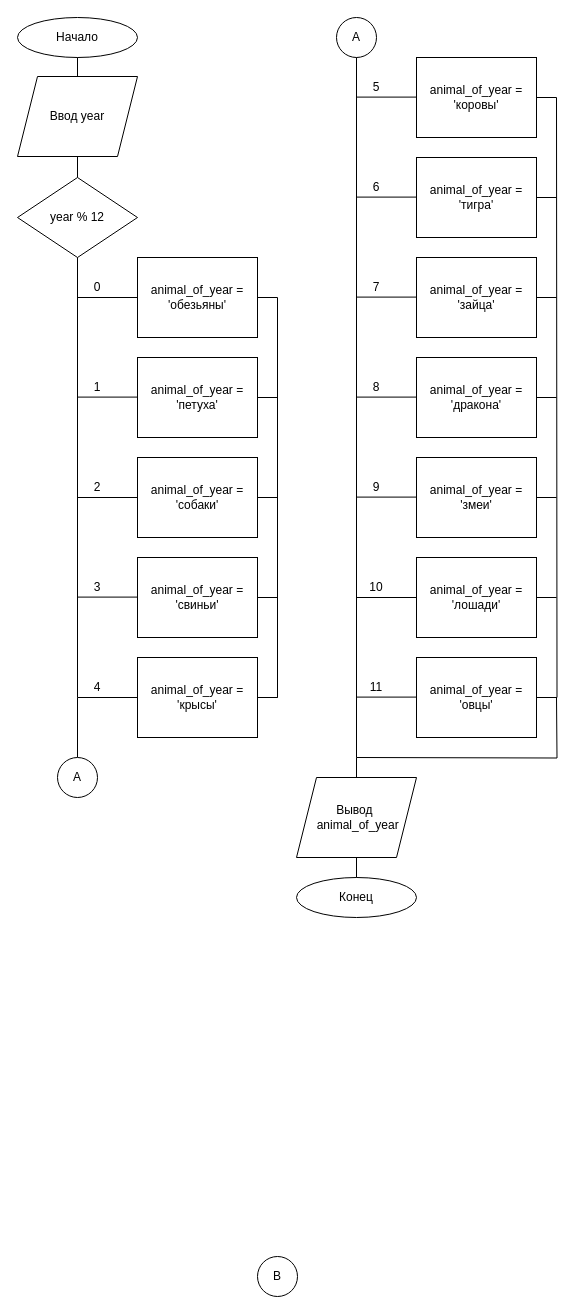
Before: block_for_second.drawio in Arisu-py/Python_conditions, a draw.io diagram. Source tidied: cells renumbered, new cells numbered last; positions are measured from the earlier drawing's top-left corner, leaving out a move shared by most shapes. Both pictures are drawn from the tidied source at 100%, with x=0, y=0 at pixel (17, 17).
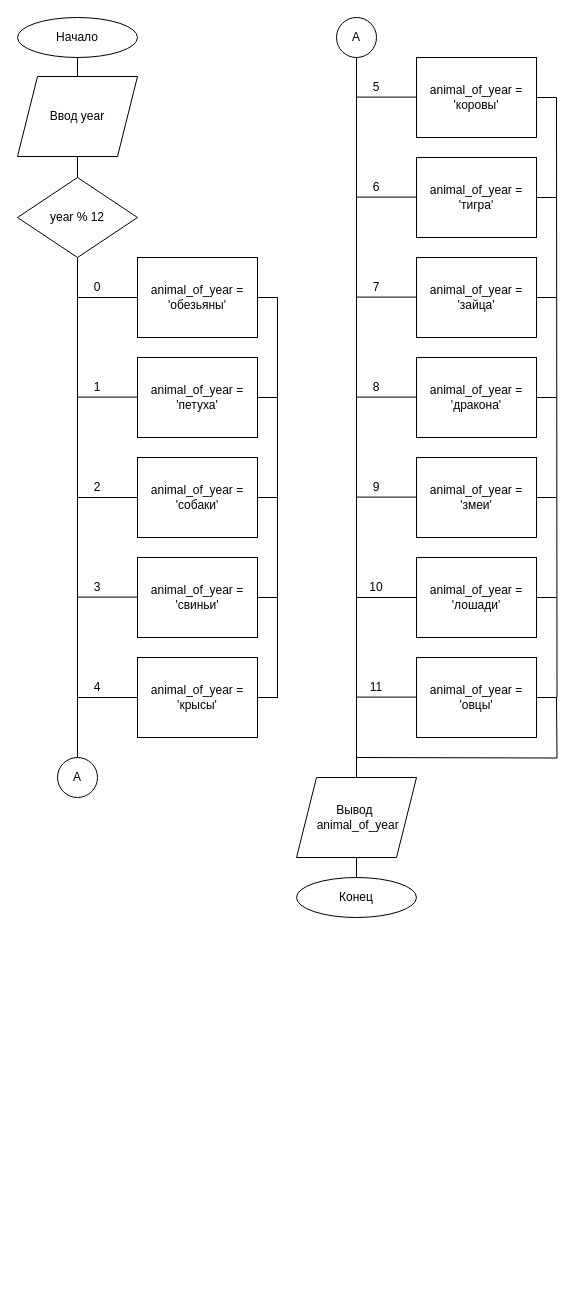
The same diagram, later.

What changed in the source:
```diff
@@
-    <mxCell id="54" value="B" style="ellipse;whiteSpace=wrap;html=1;shapeInside=1;" parent="1" vertex="1">
-      <mxGeometry x="240" y="1239" width="40" height="40" as="geometry" />
-    </mxCell>
```
